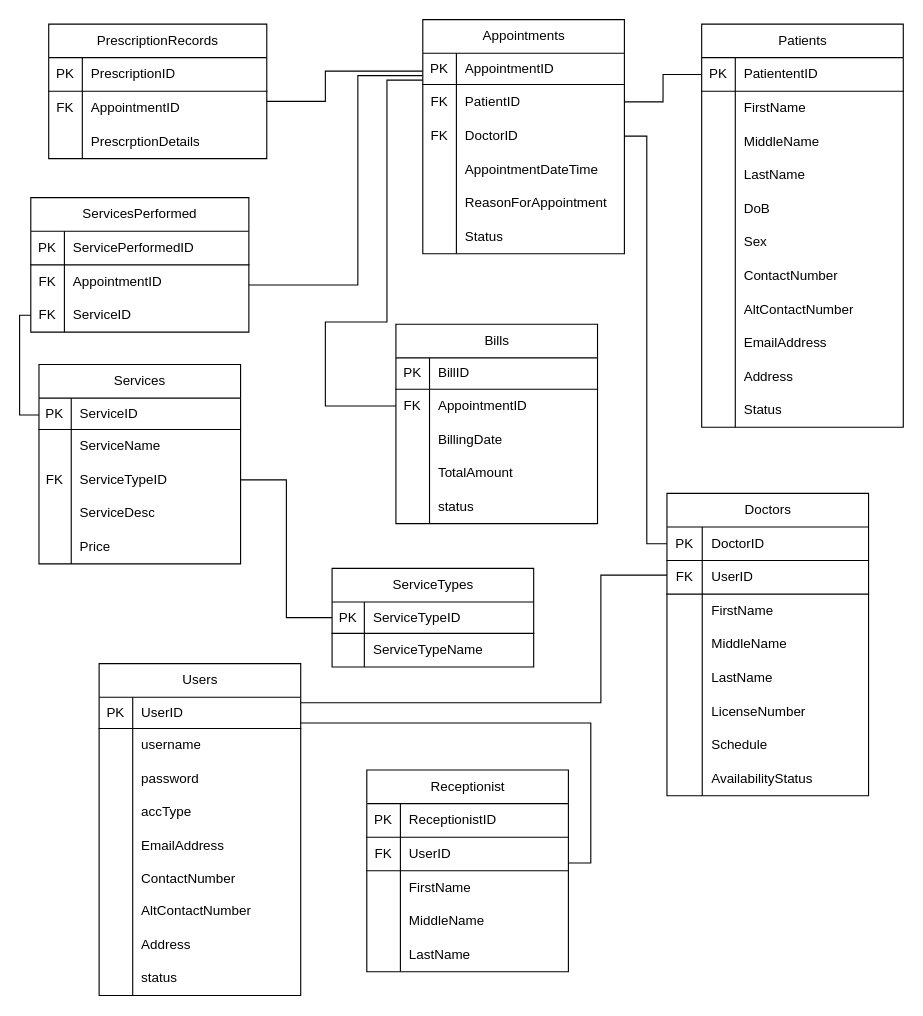
AnikanJVA/ClinicManagementSystem keeps this draw.io diagram as clinic management system erm.drawio. Above is the earlier version. Source tidied: cells renumbered, new cells numbered last; positions are measured from the earlier drawing's top-left corner, leaving out a move shared by most shapes. Both pictures are drawn from the tidied source at 112%, with x=0, y=0 at pixel (19, 19).
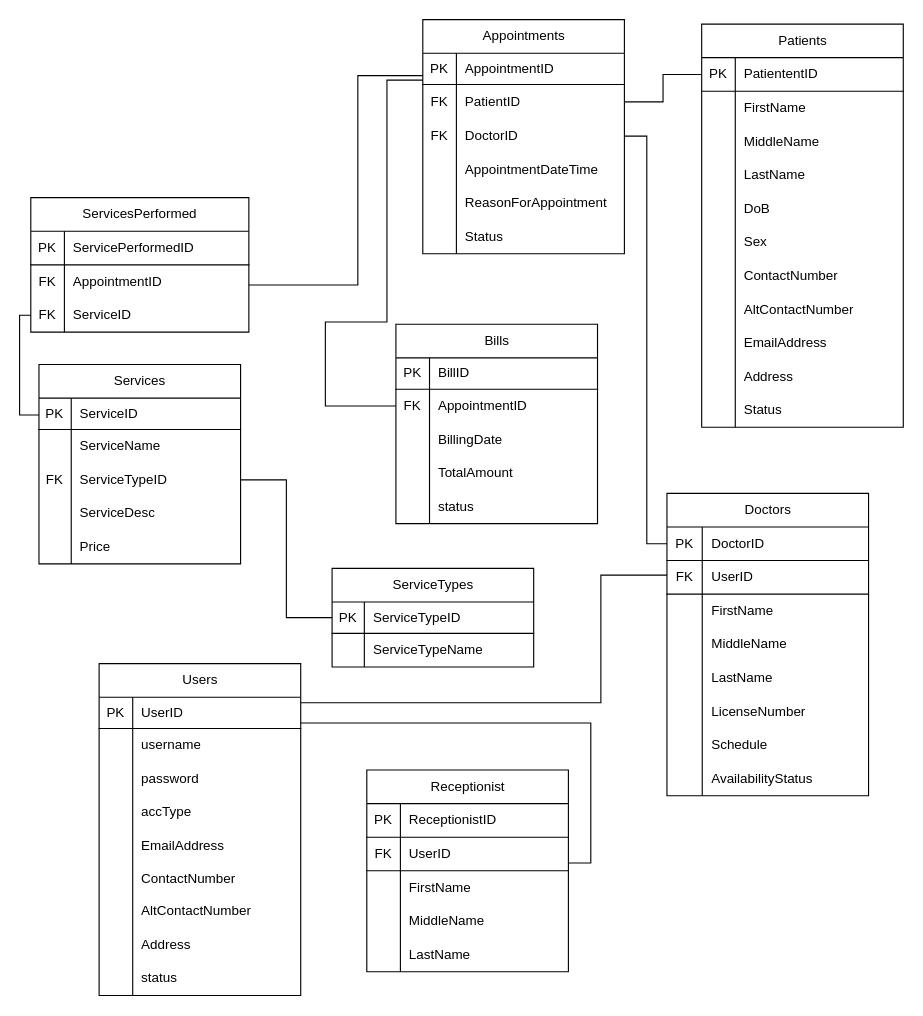
The same page after the edit.

Commit message:
updated datatbase erm

The change refers to these unchanged cells:
```xml
<mxCell id="78" style="shape=tableRow;horizontal=0;startSize=0;swimlaneHead=0;swimlaneBody=0;fillColor=none;points=[[0,0.5],[1,0.5]];portConstraint=eastwest;top=0;left=0;right=0;bottom=1;fontStyle=0;" parent="77" vertex="1">
  <mxGeometry y="30" width="180" height="28" as="geometry" />
</mxCell>
```

The edit, as a diff of the source:
```diff
@@
-    <mxCell id="151" value="&lt;div&gt;PrescriptionRecords&lt;/div&gt;" style="shape=table;startSize=30;childLayout=tableLayout;rowLines=0;fontStyle=0;align=center;html=1;fillColor=#FFFFFF;" parent="1" vertex="1">
-      <mxGeometry x="26" y="4" width="194.7" height="120.1" as="geometry" />
-    </mxCell>
-    <mxCell id="152" style="shape=tableRow;horizontal=0;startSize=0;swimlaneHead=0;swimlaneBody=0;fillColor=none;top=0;left=0;right=0;bottom=1;fontStyle=0;" parent="151" vertex="1">
-      <mxGeometry y="30" width="194.7" height="30" as="geometry" />
-    </mxCell>
-    <mxCell id="153" value="PK" style="shape=partialRectangle;fillColor=none;top=0;left=0;bottom=0;right=0;fontStyle=0;overflow=hidden;whiteSpace=wrap;html=1;" parent="152" vertex="1">
-      <mxGeometry width="30" height="30" as="geometry" />
-    </mxCell>
-    <mxCell id="154" value="&lt;div&gt;PrescriptionID&lt;/div&gt;" style="shape=partialRectangle;fillColor=none;top=0;left=0;bottom=0;right=0;align=left;spacingLeft=6;fontStyle=0;overflow=hidden;whiteSpace=wrap;html=1;" parent="152" vertex="1">
-      <mxGeometry x="30" width="164.7" height="30" as="geometry" />
-    </mxCell>
-    <mxCell id="155" style="shape=tableRow;horizontal=0;startSize=0;swimlaneHead=0;swimlaneBody=0;fillColor=none;points=[[0,0.5],[1,0.5]];portConstraint=eastwest;top=0;left=0;right=0;bottom=0;fontStyle=0;" parent="151" vertex="1">
-      <mxGeometry y="60" width="194.7" height="30" as="geometry" />
-    </mxCell>
-    <mxCell id="156" value="FK" style="shape=partialRectangle;fillColor=none;top=0;left=0;bottom=0;right=0;overflow=hidden;whiteSpace=wrap;html=1;fontStyle=0;" parent="155" vertex="1">
-      <mxGeometry width="30" height="30" as="geometry" />
-    </mxCell>
-    <mxCell id="157" value="&lt;span&gt;AppointmentID&lt;/span&gt;" style="shape=partialRectangle;fillColor=none;top=0;left=0;bottom=0;right=0;align=left;spacingLeft=6;overflow=hidden;whiteSpace=wrap;html=1;fontStyle=0;" parent="155" vertex="1">
-      <mxGeometry x="30" width="164.7" height="30" as="geometry" />
-    </mxCell>
-    <mxCell id="158" style="shape=tableRow;horizontal=0;startSize=0;swimlaneHead=0;swimlaneBody=0;fillColor=none;top=0;left=0;right=0;bottom=0;fontStyle=0;" parent="151" vertex="1">
-      <mxGeometry y="90" width="194.7" height="30" as="geometry" />
-    </mxCell>
-    <mxCell id="159" style="shape=partialRectangle;fillColor=none;top=0;left=0;bottom=0;right=0;overflow=hidden;whiteSpace=wrap;html=1;fontStyle=0;" parent="158" vertex="1">
-      <mxGeometry width="30" height="30" as="geometry" />
-    </mxCell>
-    <mxCell id="160" value="&lt;div&gt;PrescrptionDetails&lt;/div&gt;" style="shape=partialRectangle;fillColor=none;top=0;left=0;bottom=0;right=0;align=left;spacingLeft=6;overflow=hidden;whiteSpace=wrap;html=1;fontStyle=0;" parent="158" vertex="1">
-      <mxGeometry x="30" width="164.7" height="30" as="geometry" />
-    </mxCell>
@@
-    <mxCell id="163" value=" " style="edgeStyle=orthogonalEdgeStyle;rounded=0;jettySize=auto;html=1;endArrow=none;startFill=0;" parent="1" edge="1" source="78" target="155">
-      <mxGeometry relative="1" as="geometry">
-        <Array as="points">
-          <mxPoint x="273" y="46" />
-          <mxPoint x="273" y="73" />
-        </Array>
-      </mxGeometry>
-    </mxCell>
```
